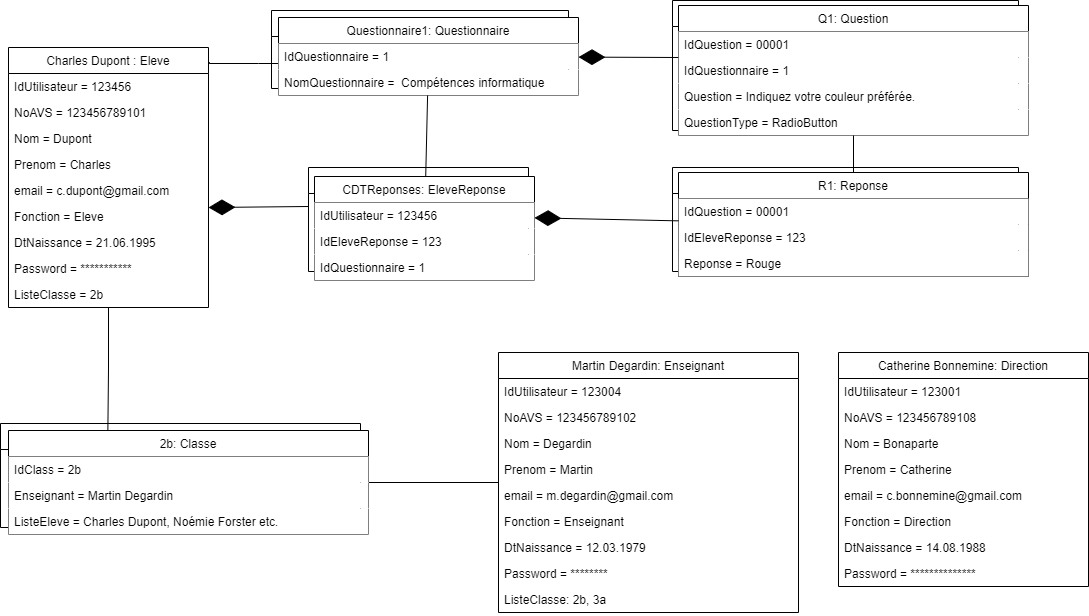
Devetik/Diagrammes keeps this draw.io diagram as Diagrammes/ObjectDiagramEleve.drawio.png. Above is the earlier version. Source tidied: cells renumbered, new cells last; positions are measured from the earlier drawing's top-left corner, leaving out a move shared by most shapes.
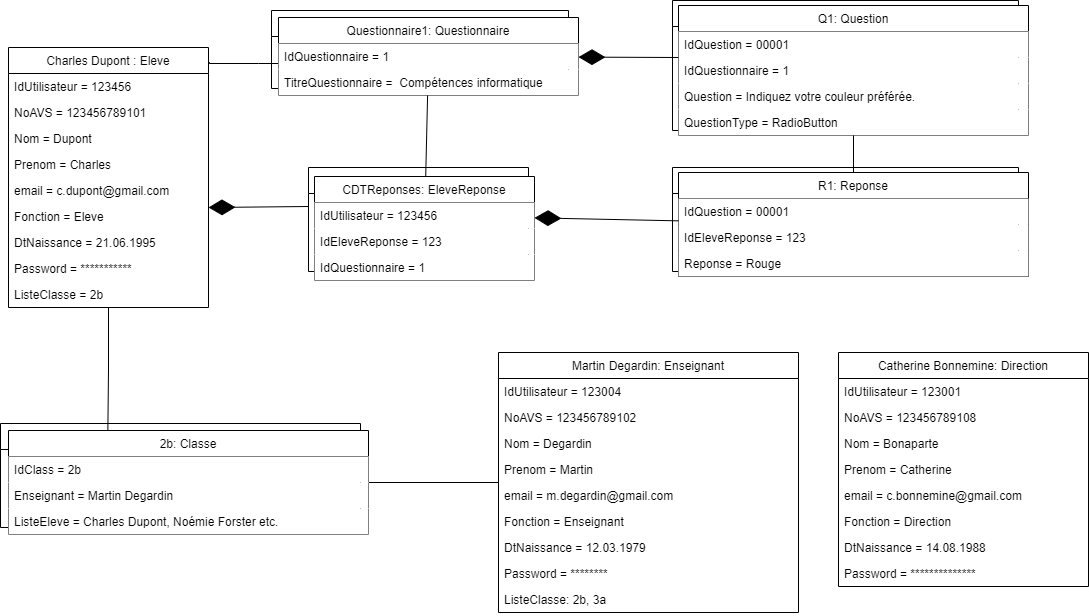
The same file after the commit.

What changed in the source:
```diff
@@ -112,7 +112,7 @@
     <mxCell id="36" value="IdQuestionnaire = 1" style="text;strokeColor=none;fillColor=default;align=left;verticalAlign=top;spacingLeft=4;spacingRight=4;overflow=hidden;" parent="35" vertex="1">
       <mxGeometry y="26" width="300" height="26" as="geometry" />
     </mxCell>
-    <mxCell id="37" value="NomQuestionnaire =  Compétences informatique" style="text;strokeColor=none;fillColor=default;align=left;verticalAlign=top;spacingLeft=4;spacingRight=4;overflow=hidden;" parent="35" vertex="1">
+    <mxCell id="37" value="TitreQuestionnaire =  Compétences informatique" style="text;strokeColor=none;fillColor=default;align=left;verticalAlign=top;spacingLeft=4;spacingRight=4;overflow=hidden;" parent="35" vertex="1">
       <mxGeometry y="52" width="300" height="26" as="geometry" />
     </mxCell>
     <mxCell id="38" style="edgeStyle=orthogonalEdgeStyle;rounded=0;jettySize=auto;html=1;endArrow=none;endFill=0;" parent="1" edge="1" source="39" target="43">
```
